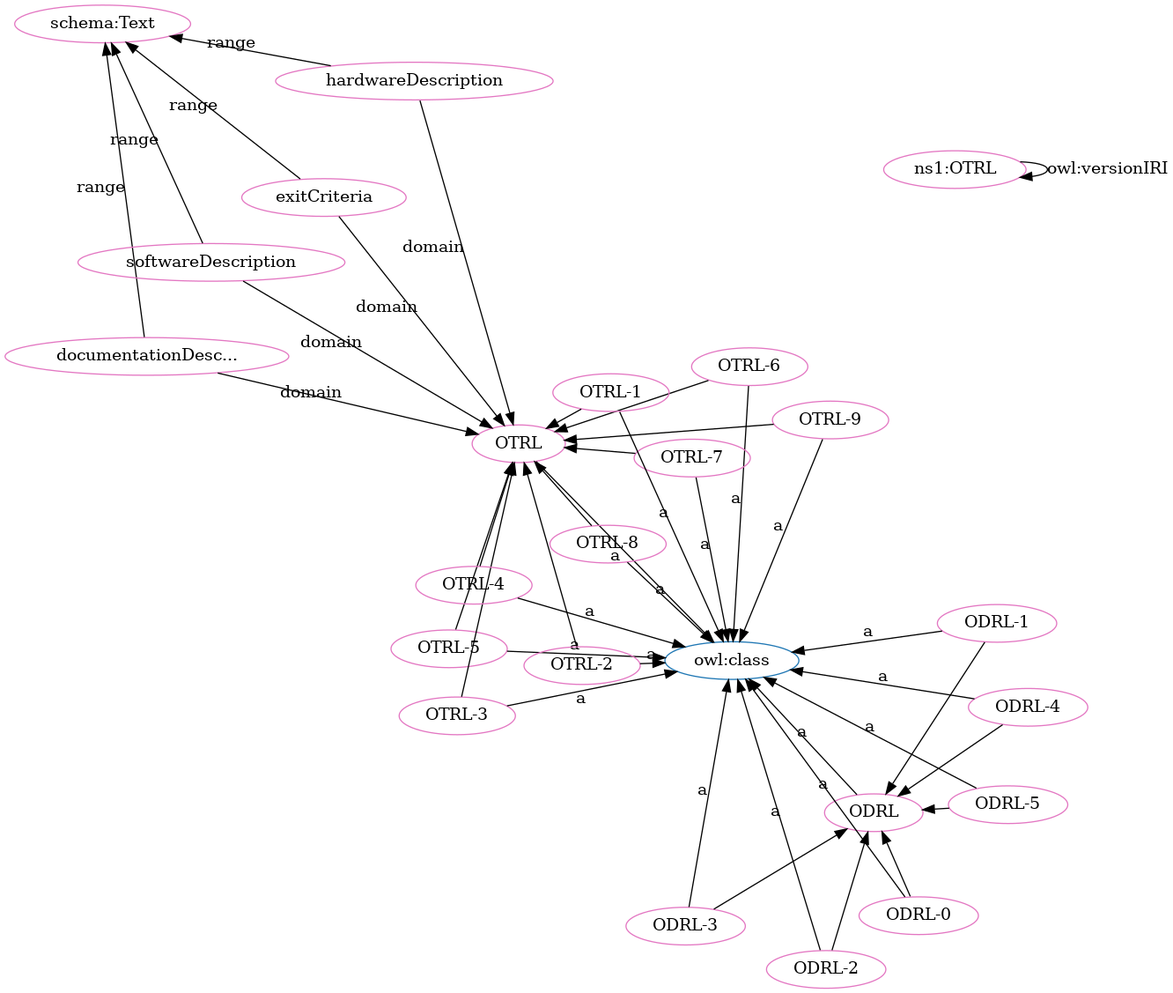
Earlier version of the Graphviz export OTRL-clean.png (OPEN-NEXT/OKH-LOSH). Its source is kept beside it as OTRL-clean.dot.
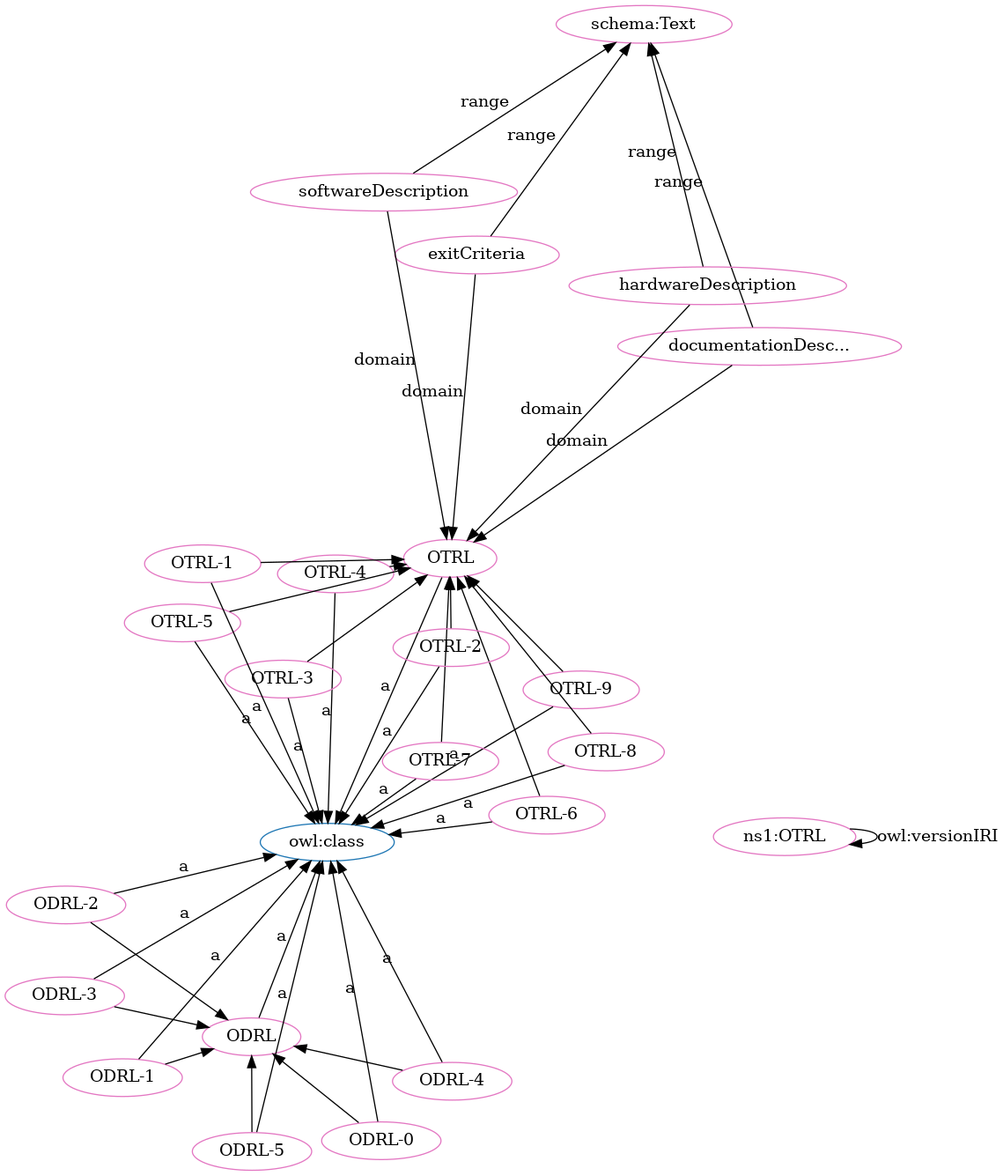
Above is the later version.

What changed in the source:
```diff
@@ -1,71 +1,71 @@
 digraph G {
   rankdir=BT
   node[height=.3]
+"http://purl.org/oseg/ontologies/OTRL#ODRL" [fillcolor="#1f77b4" color="#1f77b4" label="ODRL"]
 "http://purl.org/oseg/ontologies/OTRL#OTRL" [fillcolor="#1f77b4" color="#1f77b4" label="OTRL"]
-"http://purl.org/oseg/ontologies/OTRL#ODRL" [fillcolor="#1f77b4" color="#1f77b4" label="ODRL"]
 "http://www.w3.org/2002/07/owl#class" [fillcolor="#1f77b4" color="#1f77b4" label="owl:class"]
+"http://purl.org/oseg/ontologies/OTRL#ODRL-3" [fillcolor="#e377c2" color="#e377c2" label="ODRL-3"]
+"http://purl.org/oseg/ontologies/OTRL#OTRL-9" [fillcolor="#e377c2" color="#e377c2" label="OTRL-9"]
+"http://purl.org/oseg/ontologies/OTRL#ODRL" [fillcolor="#e377c2" color="#e377c2" label="ODRL"]
+"http://purl.org/oseg/ontologies/OTRL#documentationDescription" [fillcolor="#e377c2" color="#e377c2" label="documentationDesc..."]
 "http://purl.org/oseg/ontologies/OTRL#OTRL" [fillcolor="#e377c2" color="#e377c2" label="OTRL"]
+"http://purl.org/oseg/ontologies/OTRL#ODRL-5" [fillcolor="#e377c2" color="#e377c2" label="ODRL-5"]
+"http://purl.org/oseg/ontologies/OTRL#ODRL-2" [fillcolor="#e377c2" color="#e377c2" label="ODRL-2"]
+"http://purl.org/oseg/ontologies/OTRL#OTRL-4" [fillcolor="#e377c2" color="#e377c2" label="OTRL-4"]
+"http://purl.org/oseg/ontologies/OTRL#OTRL-7" [fillcolor="#e377c2" color="#e377c2" label="OTRL-7"]
+"http://purl.org/oseg/ontologies/OTRL#ODRL-0" [fillcolor="#e377c2" color="#e377c2" label="ODRL-0"]
+"http://purl.org/oseg/ontologies/OTRL#ODRL-1" [fillcolor="#e377c2" color="#e377c2" label="ODRL-1"]
+"http://purl.org/oseg/ontologies/OTRL#OTRL-3" [fillcolor="#e377c2" color="#e377c2" label="OTRL-3"]
+"http://schema.org/Text" [fillcolor="#e377c2" color="#e377c2" label="schema:Text"]
+"http://purl.org/oseg/ontologies/OTRL#OTRL-8" [fillcolor="#e377c2" color="#e377c2" label="OTRL-8"]
+"http://purl.org/oseg/ontologies/OTRL#OTRL-6" [fillcolor="#e377c2" color="#e377c2" label="OTRL-6"]
+"http://purl.org/oseg/ontologies/OTRL#ODRL-4" [fillcolor="#e377c2" color="#e377c2" label="ODRL-4"]
+"http://purl.org/oseg/ontologies/OTRL#OTRL-5" [fillcolor="#e377c2" color="#e377c2" label="OTRL-5"]
 "http://purl.org/oseg/ontologies/OTRL#exitCriteria" [fillcolor="#e377c2" color="#e377c2" label="exitCriteria"]
-"http://purl.org/oseg/ontologies/OTRL#ODRL" [fillcolor="#e377c2" color="#e377c2" label="ODRL"]
-"http://schema.org/Text" [fillcolor="#e377c2" color="#e377c2" label="schema:Text"]
-"http://purl.org/oseg/ontologies/OTRL#OTRL-6" [fillcolor="#e377c2" color="#e377c2" label="OTRL-6"]
 "http://purl.org/oseg/ontologies/OTRL" [fillcolor="#e377c2" color="#e377c2" label="ns1:OTRL"]
-"http://purl.org/oseg/ontologies/OTRL#OTRL-7" [fillcolor="#e377c2" color="#e377c2" label="OTRL-7"]
-"http://purl.org/oseg/ontologies/OTRL#OTRL-5" [fillcolor="#e377c2" color="#e377c2" label="OTRL-5"]
-"http://purl.org/oseg/ontologies/OTRL#ODRL-2" [fillcolor="#e377c2" color="#e377c2" label="ODRL-2"]
-"http://purl.org/oseg/ontologies/OTRL#OTRL-3" [fillcolor="#e377c2" color="#e377c2" label="OTRL-3"]
+"http://purl.org/oseg/ontologies/OTRL#softwareDescription" [fillcolor="#e377c2" color="#e377c2" label="softwareDescription"]
+"http://purl.org/oseg/ontologies/OTRL#hardwareDescription" [fillcolor="#e377c2" color="#e377c2" label="hardwareDescription"]
 "http://purl.org/oseg/ontologies/OTRL#OTRL-1" [fillcolor="#e377c2" color="#e377c2" label="OTRL-1"]
-"http://purl.org/oseg/ontologies/OTRL#ODRL-3" [fillcolor="#e377c2" color="#e377c2" label="ODRL-3"]
-"http://purl.org/oseg/ontologies/OTRL#ODRL-4" [fillcolor="#e377c2" color="#e377c2" label="ODRL-4"]
-"http://purl.org/oseg/ontologies/OTRL#ODRL-1" [fillcolor="#e377c2" color="#e377c2" label="ODRL-1"]
-"http://purl.org/oseg/ontologies/OTRL#hardwareDescription" [fillcolor="#e377c2" color="#e377c2" label="hardwareDescription"]
-"http://purl.org/oseg/ontologies/OTRL#ODRL-0" [fillcolor="#e377c2" color="#e377c2" label="ODRL-0"]
 "http://purl.org/oseg/ontologies/OTRL#OTRL-2" [fillcolor="#e377c2" color="#e377c2" label="OTRL-2"]
-"http://purl.org/oseg/ontologies/OTRL#OTRL-8" [fillcolor="#e377c2" color="#e377c2" label="OTRL-8"]
-"http://purl.org/oseg/ontologies/OTRL#ODRL-5" [fillcolor="#e377c2" color="#e377c2" label="ODRL-5"]
-"http://purl.org/oseg/ontologies/OTRL#documentationDescription" [fillcolor="#e377c2" color="#e377c2" label="documentationDesc..."]
-"http://purl.org/oseg/ontologies/OTRL#softwareDescription" [fillcolor="#e377c2" color="#e377c2" label="softwareDescription"]
-"http://purl.org/oseg/ontologies/OTRL#OTRL-4" [fillcolor="#e377c2" color="#e377c2" label="OTRL-4"]
-"http://purl.org/oseg/ontologies/OTRL#OTRL-9" [fillcolor="#e377c2" color="#e377c2" label="OTRL-9"]
+  "http://purl.org/oseg/ontologies/OTRL#ODRL-3" -> "http://www.w3.org/2002/07/owl#class" [label="a"]
+  "http://purl.org/oseg/ontologies/OTRL#ODRL-4" -> "http://purl.org/oseg/ontologies/OTRL#ODRL" [label=""]
   "http://purl.org/oseg/ontologies/OTRL#OTRL-7" -> "http://purl.org/oseg/ontologies/OTRL#OTRL" [label=""]
+  "http://purl.org/oseg/ontologies/OTRL#ODRL-5" -> "http://www.w3.org/2002/07/owl#class" [label="a"]
+  "http://purl.org/oseg/ontologies/OTRL#OTRL-4" -> "http://www.w3.org/2002/07/owl#class" [label="a"]
+  "http://purl.org/oseg/ontologies/OTRL#OTRL-7" -> "http://www.w3.org/2002/07/owl#class" [label="a"]
+  "http://purl.org/oseg/ontologies/OTRL#documentationDescription" -> "http://purl.org/oseg/ontologies/OTRL#OTRL" [label="domain"]
+  "http://purl.org/oseg/ontologies/OTRL#softwareDescription" -> "http://purl.org/oseg/ontologies/OTRL#OTRL" [label="domain"]
+  "http://purl.org/oseg/ontologies/OTRL#ODRL-0" -> "http://purl.org/oseg/ontologies/OTRL#ODRL" [label=""]
+  "http://purl.org/oseg/ontologies/OTRL#ODRL-1" -> "http://www.w3.org/2002/07/owl#class" [label="a"]
+  "http://purl.org/oseg/ontologies/OTRL#OTRL-3" -> "http://www.w3.org/2002/07/owl#class" [label="a"]
+  "http://purl.org/oseg/ontologies/OTRL#OTRL-6" -> "http://www.w3.org/2002/07/owl#class" [label="a"]
+  "http://purl.org/oseg/ontologies/OTRL#hardwareDescription" -> "http://purl.org/oseg/ontologies/OTRL#OTRL" [label="domain"]
+  "http://purl.org/oseg/ontologies/OTRL#OTRL-4" -> "http://purl.org/oseg/ontologies/OTRL#OTRL" [label=""]
+  "http://purl.org/oseg/ontologies/OTRL#exitCriteria" -> "http://schema.org/Text" [label="range"]
+  "http://purl.org/oseg/ontologies/OTRL#documentationDescription" -> "http://schema.org/Text" [label="range"]
+  "http://purl.org/oseg/ontologies/OTRL#OTRL-8" -> "http://purl.org/oseg/ontologies/OTRL#OTRL" [label=""]
+  "http://purl.org/oseg/ontologies/OTRL#ODRL-3" -> "http://purl.org/oseg/ontologies/OTRL#ODRL" [label=""]
+  "http://purl.org/oseg/ontologies/OTRL#exitCriteria" -> "http://purl.org/oseg/ontologies/OTRL#OTRL" [label="domain"]
+  "http://purl.org/oseg/ontologies/OTRL#softwareDescription" -> "http://schema.org/Text" [label="range"]
+  "http://purl.org/oseg/ontologies/OTRL#OTRL-6" -> "http://purl.org/oseg/ontologies/OTRL#OTRL" [label=""]
+  "http://purl.org/oseg/ontologies/OTRL#ODRL-1" -> "http://purl.org/oseg/ontologies/OTRL#ODRL" [label=""]
+  "http://purl.org/oseg/ontologies/OTRL" -> "http://purl.org/oseg/ontologies/OTRL" [label="owl:versionIRI"]
+  "http://purl.org/oseg/ontologies/OTRL#OTRL-1" -> "http://www.w3.org/2002/07/owl#class" [label="a"]
+  "http://purl.org/oseg/ontologies/OTRL#OTRL-9" -> "http://www.w3.org/2002/07/owl#class" [label="a"]
+  "http://purl.org/oseg/ontologies/OTRL#ODRL-2" -> "http://www.w3.org/2002/07/owl#class" [label="a"]
+  "http://purl.org/oseg/ontologies/OTRL#ODRL-0" -> "http://www.w3.org/2002/07/owl#class" [label="a"]
+  "http://purl.org/oseg/ontologies/OTRL#ODRL-5" -> "http://purl.org/oseg/ontologies/OTRL#ODRL" [label=""]
+  "http://purl.org/oseg/ontologies/OTRL#OTRL-5" -> "http://purl.org/oseg/ontologies/OTRL#OTRL" [label=""]
+  "http://purl.org/oseg/ontologies/OTRL#OTRL-1" -> "http://purl.org/oseg/ontologies/OTRL#OTRL" [label=""]
+  "http://purl.org/oseg/ontologies/OTRL#hardwareDescription" -> "http://schema.org/Text" [label="range"]
+  "http://purl.org/oseg/ontologies/OTRL#OTRL-8" -> "http://www.w3.org/2002/07/owl#class" [label="a"]
+  "http://purl.org/oseg/ontologies/OTRL#OTRL-9" -> "http://purl.org/oseg/ontologies/OTRL#OTRL" [label=""]
+  "http://purl.org/oseg/ontologies/OTRL#ODRL-4" -> "http://www.w3.org/2002/07/owl#class" [label="a"]
+  "http://purl.org/oseg/ontologies/OTRL#OTRL-5" -> "http://www.w3.org/2002/07/owl#class" [label="a"]
+  "http://purl.org/oseg/ontologies/OTRL#OTRL-3" -> "http://purl.org/oseg/ontologies/OTRL#OTRL" [label=""]
+  "http://purl.org/oseg/ontologies/OTRL#ODRL-2" -> "http://purl.org/oseg/ontologies/OTRL#ODRL" [label=""]
   "http://purl.org/oseg/ontologies/OTRL#ODRL" -> "http://www.w3.org/2002/07/owl#class" [label="a"]
-  "http://purl.org/oseg/ontologies/OTRL#documentationDescription" -> "http://schema.org/Text" [label="range"]
-  "http://purl.org/oseg/ontologies/OTRL#softwareDescription" -> "http://schema.org/Text" [label="range"]
+  "http://purl.org/oseg/ontologies/OTRL#OTRL-2" -> "http://purl.org/oseg/ontologies/OTRL#OTRL" [label=""]
   "http://purl.org/oseg/ontologies/OTRL#OTRL" -> "http://www.w3.org/2002/07/owl#class" [label="a"]
-  "http://purl.org/oseg/ontologies/OTRL#OTRL-7" -> "http://www.w3.org/2002/07/owl#class" [label="a"]
-  "http://purl.org/oseg/ontologies/OTRL" -> "http://purl.org/oseg/ontologies/OTRL" [label="owl:versionIRI"]
-  "http://purl.org/oseg/ontologies/OTRL#hardwareDescription" -> "http://purl.org/oseg/ontologies/OTRL#OTRL" [label="domain"]
-  "http://purl.org/oseg/ontologies/OTRL#OTRL-5" -> "http://purl.org/oseg/ontologies/OTRL#OTRL" [label=""]
-  "http://purl.org/oseg/ontologies/OTRL#ODRL-2" -> "http://purl.org/oseg/ontologies/OTRL#ODRL" [label=""]
-  "http://purl.org/oseg/ontologies/OTRL#ODRL-3" -> "http://www.w3.org/2002/07/owl#class" [label="a"]
-  "http://purl.org/oseg/ontologies/OTRL#ODRL-4" -> "http://www.w3.org/2002/07/owl#class" [label="a"]
-  "http://purl.org/oseg/ontologies/OTRL#ODRL-1" -> "http://www.w3.org/2002/07/owl#class" [label="a"]
-  "http://purl.org/oseg/ontologies/OTRL#ODRL-0" -> "http://www.w3.org/2002/07/owl#class" [label="a"]
-  "http://purl.org/oseg/ontologies/OTRL#ODRL-3" -> "http://purl.org/oseg/ontologies/OTRL#ODRL" [label=""]
-  "http://purl.org/oseg/ontologies/OTRL#ODRL-4" -> "http://purl.org/oseg/ontologies/OTRL#ODRL" [label=""]
-  "http://purl.org/oseg/ontologies/OTRL#ODRL-1" -> "http://purl.org/oseg/ontologies/OTRL#ODRL" [label=""]
-  "http://purl.org/oseg/ontologies/OTRL#OTRL-2" -> "http://purl.org/oseg/ontologies/OTRL#OTRL" [label=""]
-  "http://purl.org/oseg/ontologies/OTRL#ODRL-5" -> "http://www.w3.org/2002/07/owl#class" [label="a"]
-  "http://purl.org/oseg/ontologies/OTRL#ODRL-0" -> "http://purl.org/oseg/ontologies/OTRL#ODRL" [label=""]
-  "http://purl.org/oseg/ontologies/OTRL#exitCriteria" -> "http://purl.org/oseg/ontologies/OTRL#OTRL" [label="domain"]
-  "http://purl.org/oseg/ontologies/OTRL#ODRL-5" -> "http://purl.org/oseg/ontologies/OTRL#ODRL" [label=""]
-  "http://purl.org/oseg/ontologies/OTRL#OTRL-9" -> "http://www.w3.org/2002/07/owl#class" [label="a"]
-  "http://purl.org/oseg/ontologies/OTRL#hardwareDescription" -> "http://schema.org/Text" [label="range"]
-  "http://purl.org/oseg/ontologies/OTRL#softwareDescription" -> "http://purl.org/oseg/ontologies/OTRL#OTRL" [label="domain"]
-  "http://purl.org/oseg/ontologies/OTRL#OTRL-3" -> "http://purl.org/oseg/ontologies/OTRL#OTRL" [label=""]
-  "http://purl.org/oseg/ontologies/OTRL#OTRL-1" -> "http://purl.org/oseg/ontologies/OTRL#OTRL" [label=""]
-  "http://purl.org/oseg/ontologies/OTRL#OTRL-6" -> "http://www.w3.org/2002/07/owl#class" [label="a"]
-  "http://purl.org/oseg/ontologies/OTRL#OTRL-8" -> "http://purl.org/oseg/ontologies/OTRL#OTRL" [label=""]
-  "http://purl.org/oseg/ontologies/OTRL#OTRL-5" -> "http://www.w3.org/2002/07/owl#class" [label="a"]
-  "http://purl.org/oseg/ontologies/OTRL#OTRL-9" -> "http://purl.org/oseg/ontologies/OTRL#OTRL" [label=""]
-  "http://purl.org/oseg/ontologies/OTRL#OTRL-4" -> "http://purl.org/oseg/ontologies/OTRL#OTRL" [label=""]
-  "http://purl.org/oseg/ontologies/OTRL#ODRL-2" -> "http://www.w3.org/2002/07/owl#class" [label="a"]
-  "http://purl.org/oseg/ontologies/OTRL#OTRL-3" -> "http://www.w3.org/2002/07/owl#class" [label="a"]
-  "http://purl.org/oseg/ontologies/OTRL#OTRL-1" -> "http://www.w3.org/2002/07/owl#class" [label="a"]
-  "http://purl.org/oseg/ontologies/OTRL#documentationDescription" -> "http://purl.org/oseg/ontologies/OTRL#OTRL" [label="domain"]
   "http://purl.org/oseg/ontologies/OTRL#OTRL-2" -> "http://www.w3.org/2002/07/owl#class" [label="a"]
-  "http://purl.org/oseg/ontologies/OTRL#OTRL-8" -> "http://www.w3.org/2002/07/owl#class" [label="a"]
-  "http://purl.org/oseg/ontologies/OTRL#OTRL-6" -> "http://purl.org/oseg/ontologies/OTRL#OTRL" [label=""]
-  "http://purl.org/oseg/ontologies/OTRL#OTRL-4" -> "http://www.w3.org/2002/07/owl#class" [label="a"]
-  "http://purl.org/oseg/ontologies/OTRL#exitCriteria" -> "http://schema.org/Text" [label="range"]
 }
```
